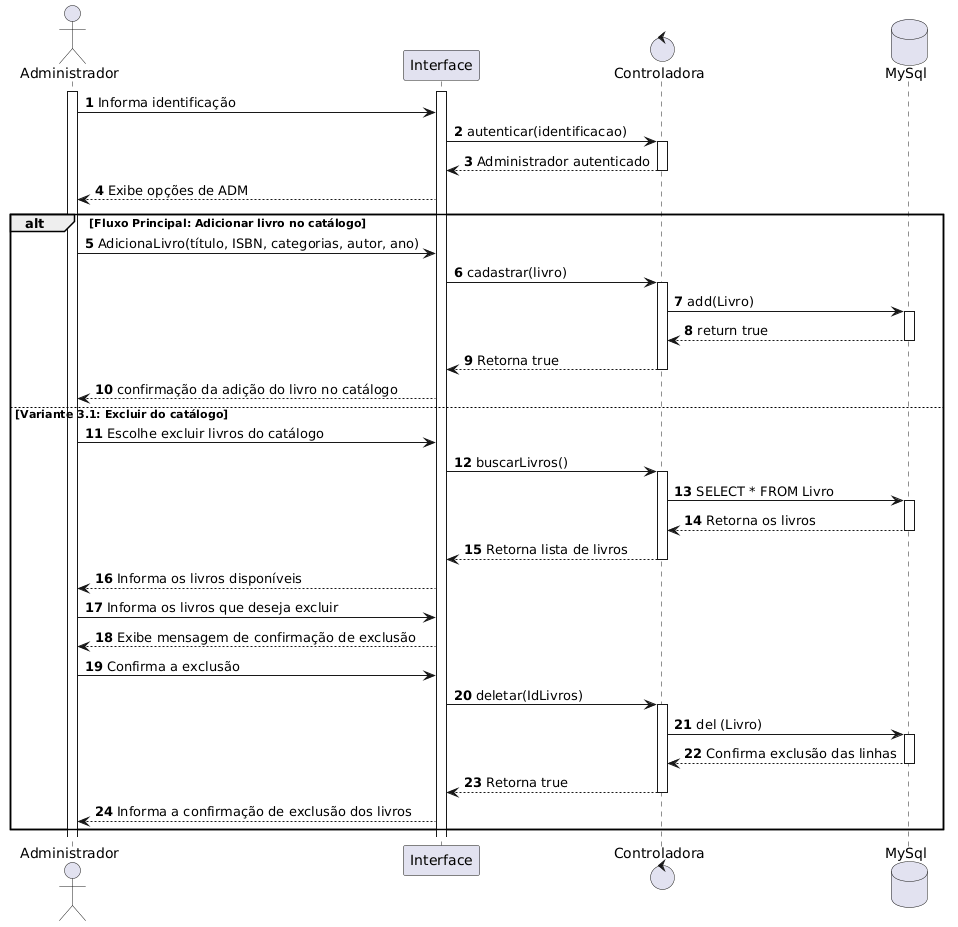
Earlier version of the PlantUML export Documentação/Diagramas/Diagramas de Sequencia/UC6.png (Gnunes27/Projeto-DSC).
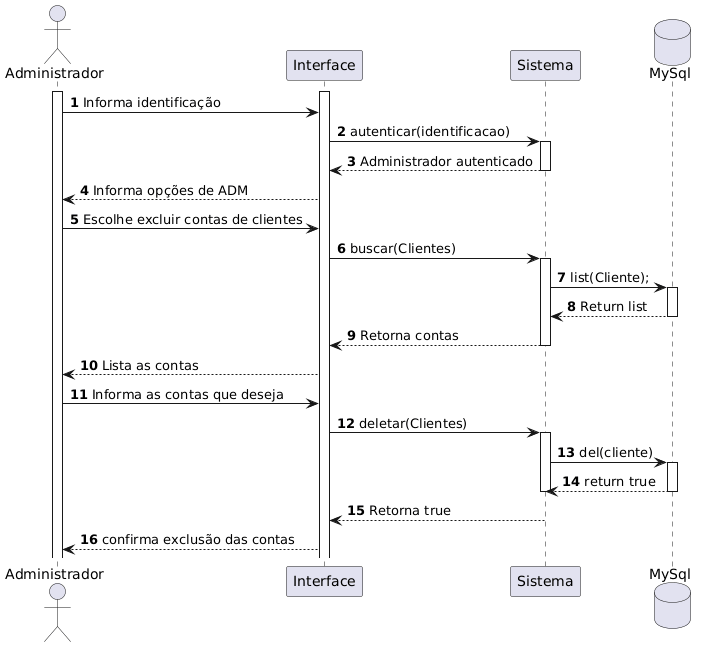
Above is the later version.

Change to the diagram source:
```diff
@@ -3,7 +3,7 @@
 
 actor "Administrador" as Adm
 participant "Interface" as Tela
-control "Controladora" as Sis
+participant "Sistema" as Sis
 database "MySql" as BD
 
 activate Adm
@@ -14,48 +14,28 @@
 activate Sis
 Sis --> Tela: Administrador autenticado
 deactivate Sis
-Tela --> Adm: Exibe opções de ADM
+Tela --> Adm: Informa opções de ADM
 
-alt Fluxo Principal: Adicionar livro no catálogo
-    Adm -> Tela: AdicionaLivro(título, ISBN, categorias, autor, ano)
-    Tela -> Sis: cadastrar(livro)
-    activate Sis
-    Sis -> BD: add(Livro)
-    activate BD
-    BD --> Sis: return true
-    deactivate BD
+Adm -> Tela: Escolhe excluir contas de clientes
+Tela -> Sis: buscar(Clientes)
+activate Sis
+Sis -> BD:list(Cliente);
+activate BD
+BD --> Sis: Return list
+deactivate BD
+Sis --> Tela: Retorna contas
+deactivate Sis
+Tela --> Adm: Lista as contas
 
-    Sis --> Tela: Retorna true
-    deactivate Sis
+Adm -> Tela: Informa as contas que deseja
+Tela -> Sis: deletar(Clientes)
+activate Sis
+Sis -> BD: del(cliente)
+activate BD
+BD --> Sis: return true
+deactivate BD
+deactivate Sis
 
-    Tela --> Adm: confirmação da adição do livro no catálogo
-
-else Variante 3.1: Excluir do catálogo
-    Adm -> Tela: Escolhe excluir livros do catálogo
-    Tela -> Sis: buscarLivros()
-    activate Sis
-
-    Sis -> BD: SELECT * FROM Livro
-    activate BD
-    BD --> Sis: Retorna os livros
-    deactivate BD
-
-    Sis --> Tela: Retorna lista de livros
-     deactivate Sis
-    Tela --> Adm: Informa os livros disponíveis
-
-    Adm -> Tela: Informa os livros que deseja excluir
-    Tela --> Adm: Exibe mensagem de confirmação de exclusão
-
-    Adm -> Tela: Confirma a exclusão
-    Tela -> Sis: deletar(IdLivros)
-    activate Sis
-    Sis -> BD: del (Livro)
-    activate BD
-    BD --> Sis: Confirma exclusão das linhas
-    deactivate BD
-    Sis --> Tela: Retorna true
-    deactivate Sis
-    Tela --> Adm: Informa a confirmação de exclusão dos livros
-end
+Sis --> Tela: Retorna true
+Tela --> Adm: confirma exclusão das contas
 @enduml
```
